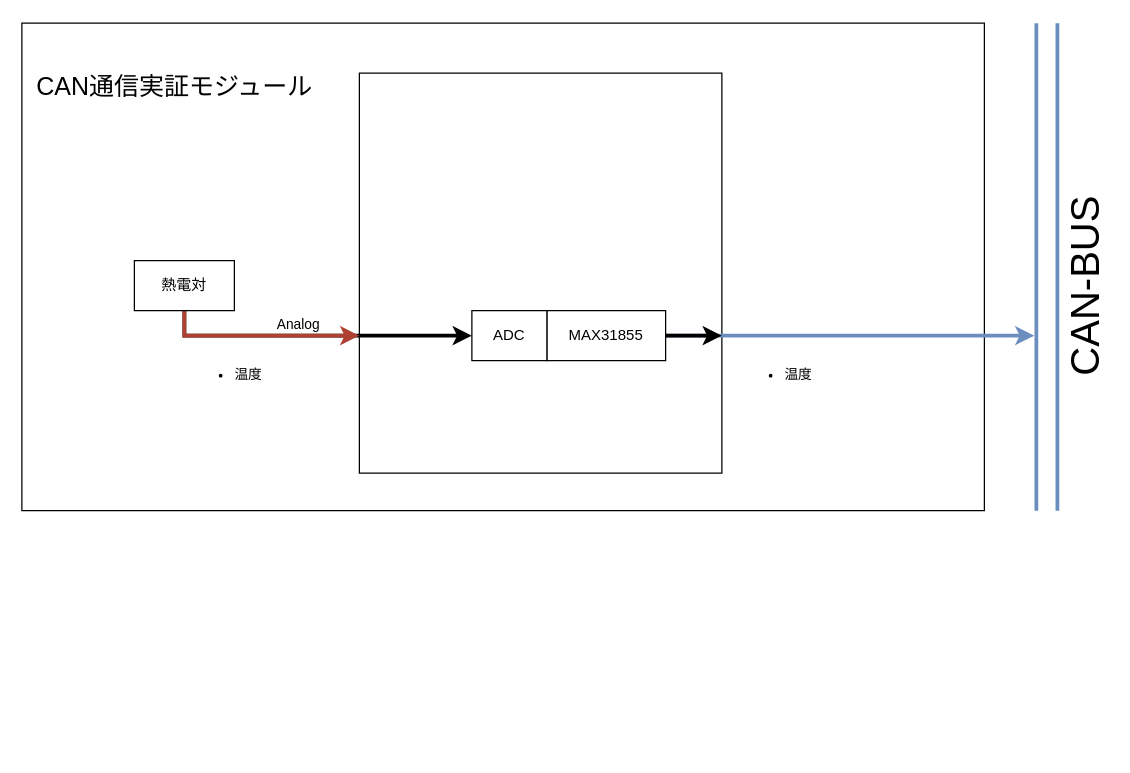
This is Documents/Materials/images/DataFlow4.drawio from tokai-student-rocket-project/H-58-Avionics, a draw.io file, before an edit. Source tidied: cells renumbered, new cells numbered last; positions are measured from the earlier drawing's top-left corner, leaving out a move shared by most shapes. Both pictures are drawn from the tidied source at 125%, with x=0, y=0 at pixel (21, 22).
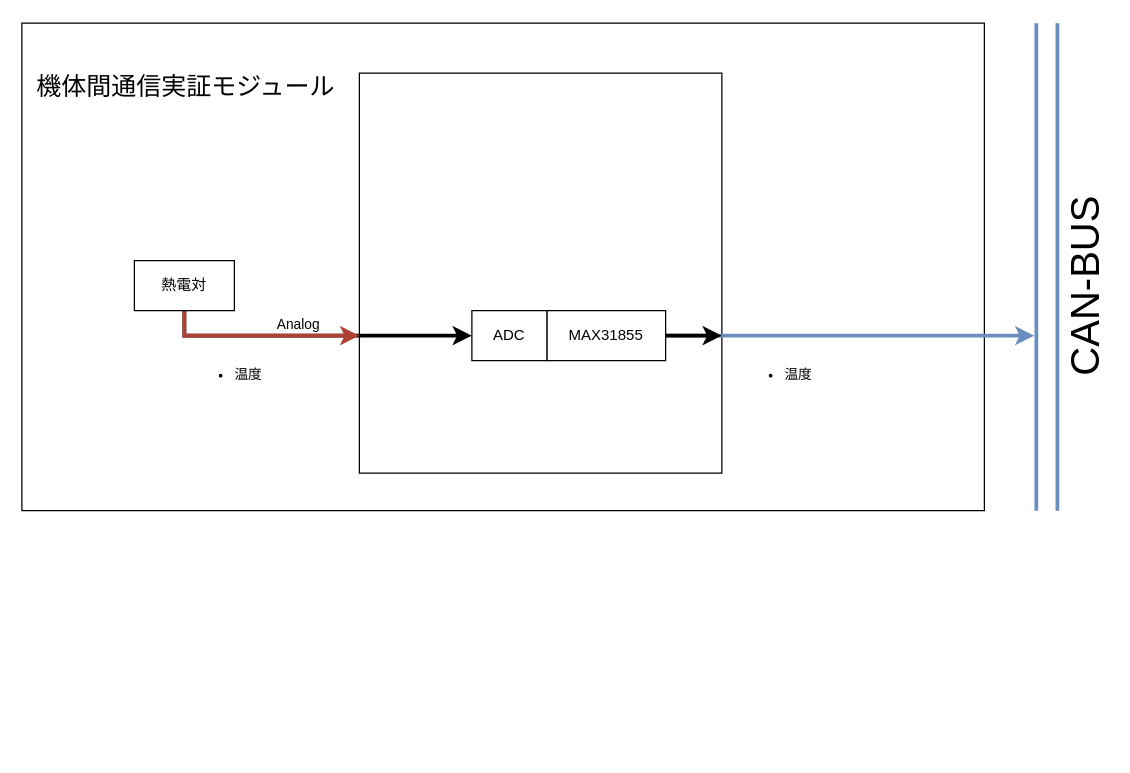
The same page after the edit.

What changed in the source:
```diff
@@
-    <mxCell id="6" value="CAN通信実証モジュール" style="text;html=1;strokeColor=none;fillColor=none;align=left;verticalAlign=middle;whiteSpace=wrap;rounded=0;fontSize=20;" parent="1" vertex="1">
-      <mxGeometry x="10" y="20" width="230" height="60" as="geometry" />
+    <mxCell id="6" value="機体間通信実証モジュール" style="text;html=1;strokeColor=none;fillColor=none;align=left;verticalAlign=middle;whiteSpace=wrap;rounded=0;fontSize=20;" parent="1" vertex="1">
+      <mxGeometry x="10" y="20" width="250" height="60" as="geometry" />
     </mxCell>
```
